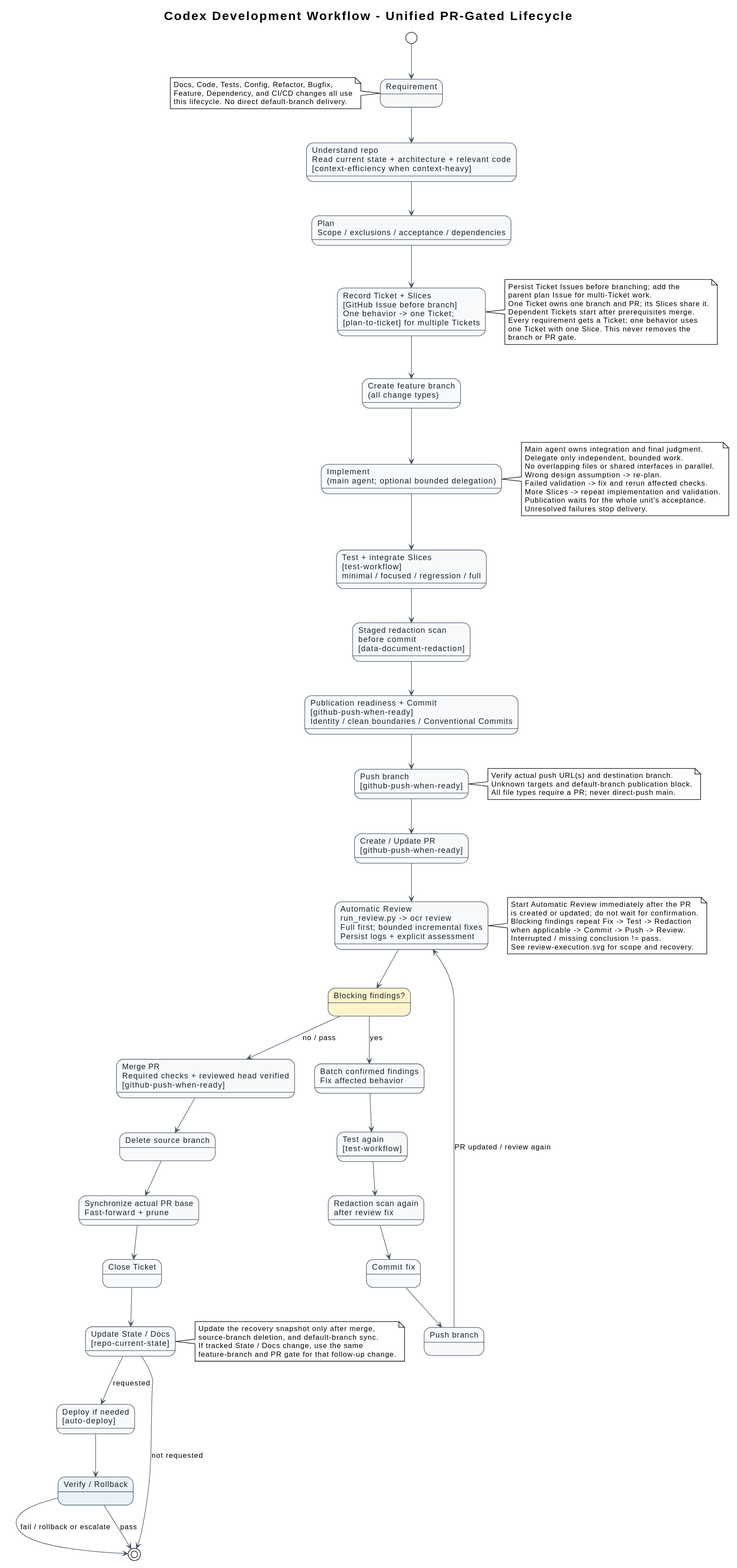
This is docs/diagrams/architecture.svg from i-zrhe2016/codex-development-workflow, a PlantUML export, as it was before one commit.
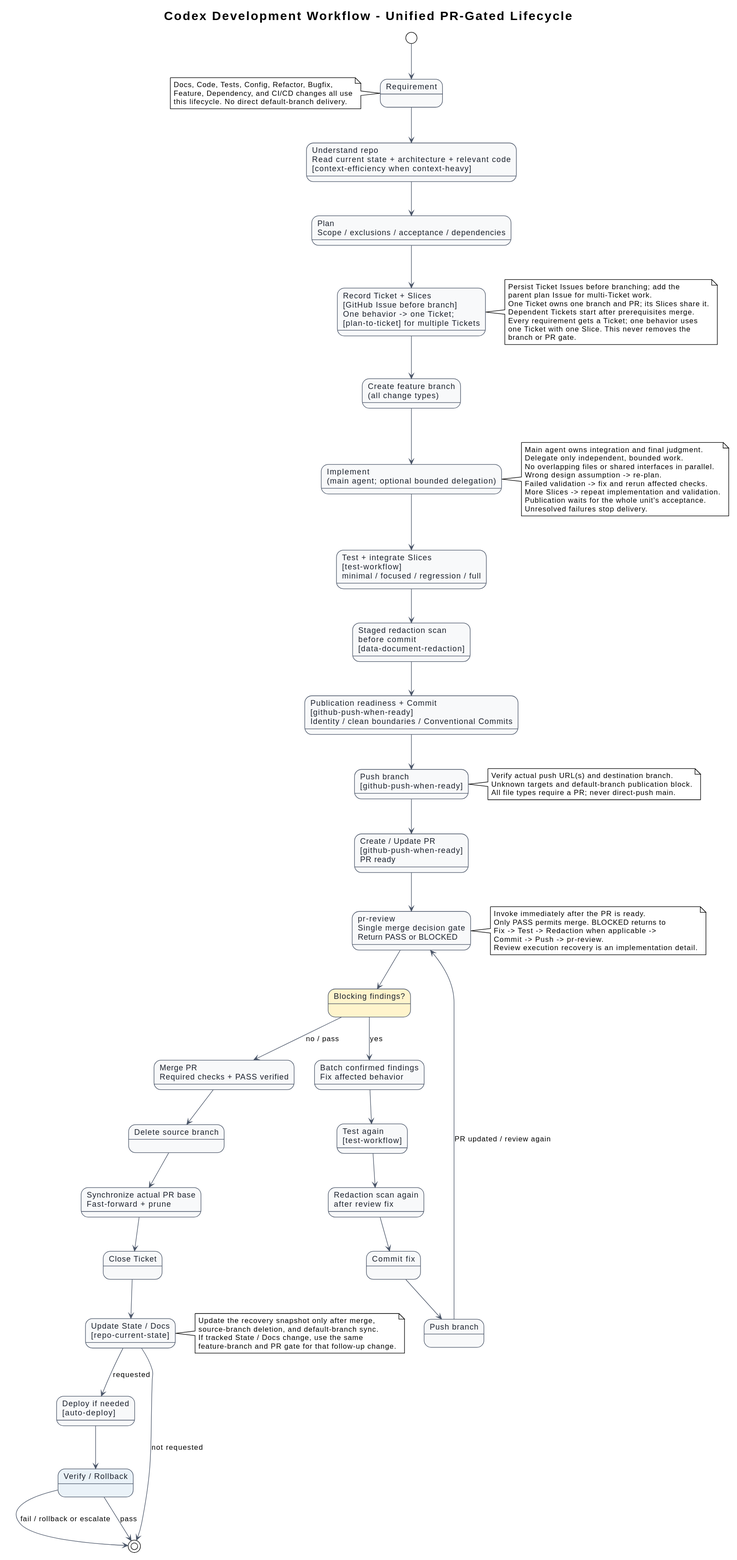
After the change.

Change to the diagram source:
```diff
@@ -22,15 +22,15 @@
 state "Staged redaction scan\nbefore commit\n[data-document-redaction]" as redact
 state "Publication readiness + Commit\n[github-push-when-ready]\nIdentity / clean boundaries / Conventional Commits" as commit
 state "Push branch\n[github-push-when-ready]" as push
-state "Create / Update PR\n[github-push-when-ready]" as pr
-state "Automatic Review\nrun_review.py -> ocr review\nFull first; bounded incremental fixes\nPersist logs + explicit assessment" as review
+state "Create / Update PR\n[github-push-when-ready]\nPR ready" as pr
+state "pr-review\nSingle merge decision gate\nReturn PASS or BLOCKED" as review
 state "Blocking findings?" as blocking #FFF4CC
 state "Batch confirmed findings\nFix affected behavior" as fix
 state "Test again\n[test-workflow]" as test_again
 state "Redaction scan again\nafter review fix" as redact_again
 state "Commit fix" as commit_fix
 state "Push branch" as push_fix
-state "Merge PR\nRequired checks + reviewed head verified\n[github-push-when-ready]" as merge
+state "Merge PR\nRequired checks + PASS verified" as merge
 state "Delete source branch" as delete_branch
 state "Synchronize actual PR base\nFast-forward + prune" as update_main
 state "Close Ticket" as close_ticket
@@ -79,12 +79,11 @@
 end note
 
 note right of review
-Start Automatic Review immediately after the PR
-is created or updated; do not wait for confirmation.
-Blocking findings repeat Fix -> Test -> Redaction
-when applicable -> Commit -> Push -> Review.
-Interrupted / missing conclusion != pass.
-See review-execution.svg for scope and recovery.
+Invoke immediately after the PR is ready.
+Only PASS permits merge. BLOCKED returns to
+Fix -> Test -> Redaction when applicable ->
+Commit -> Push -> pr-review.
+Review execution recovery is an implementation detail.
 end note
 
 note right of implement
```
